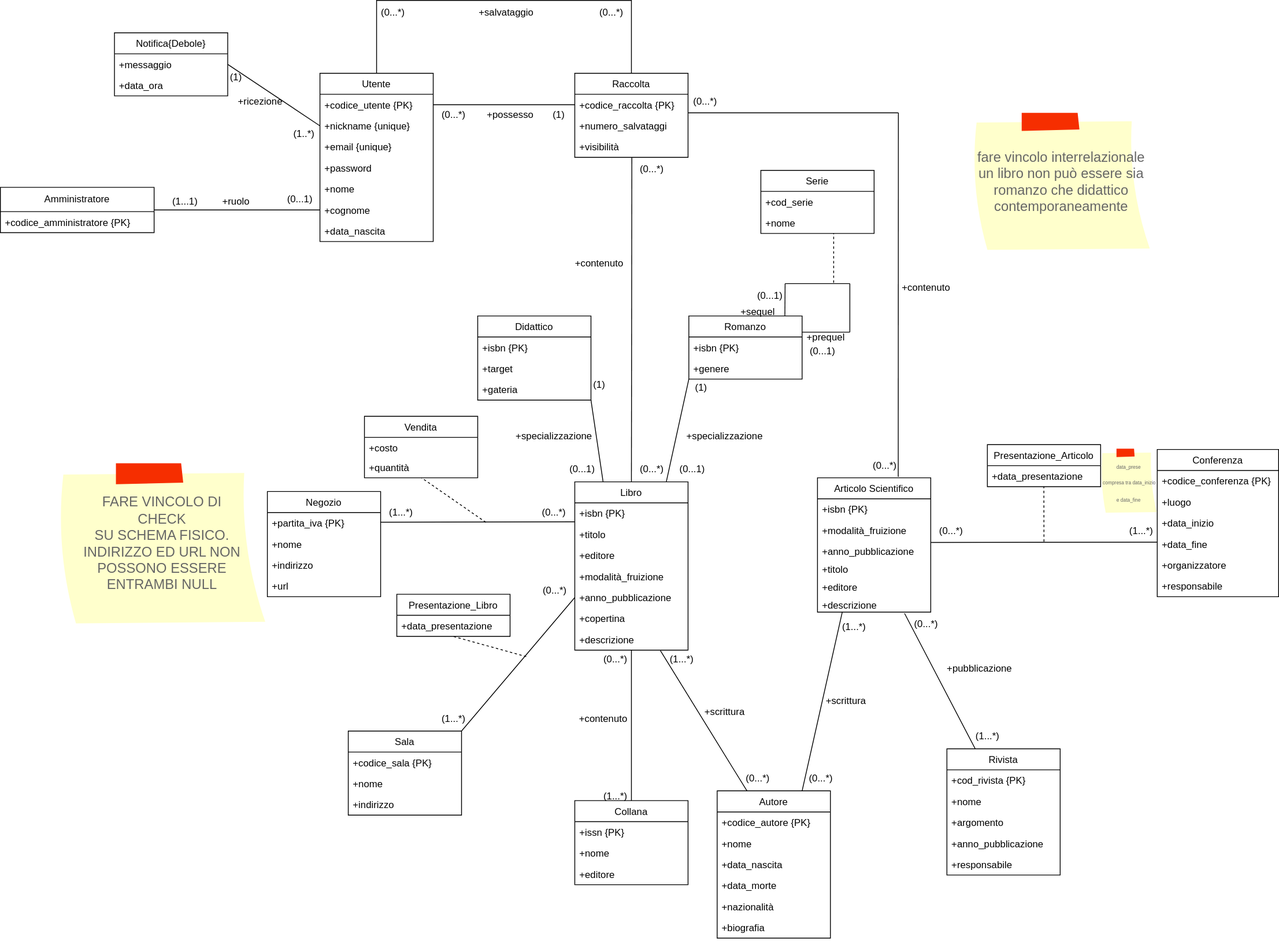
m3tt0/Progetto_OB_BASI keeps this draw.io diagram as progettazione_concettuale/Modello_Concettuale_Ristrutturato.drawio.svg. Above is the earlier version. Source tidied: cells renumbered, new cells last; positions are measured from the earlier drawing's top-left corner, leaving out a move shared by most shapes.
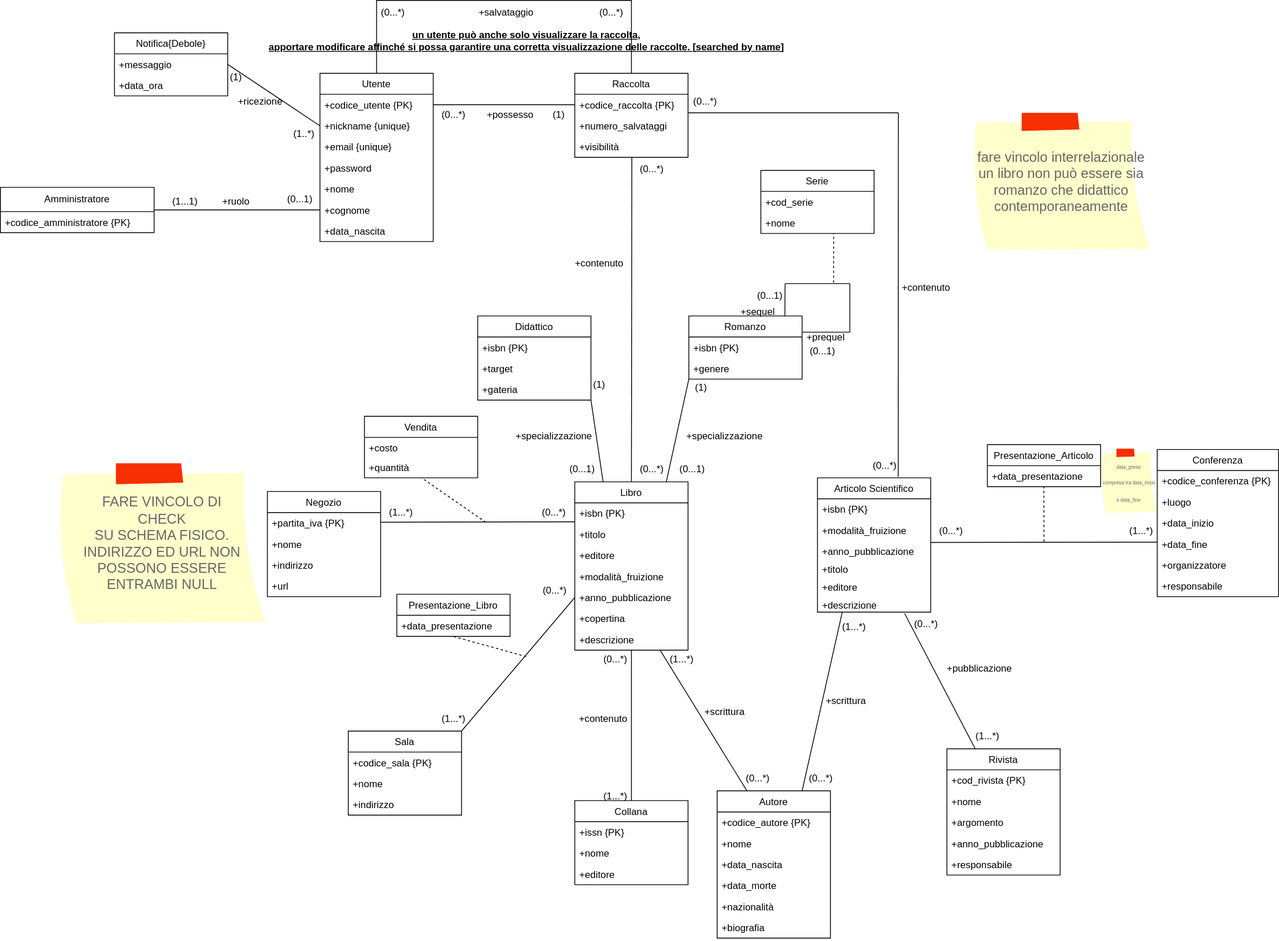
After the change.

The edit, as a diff of the source:
```diff
@@ -504,5 +504,8 @@
     <mxCell id="158" value="+contenuto" style="text;html=1;align=center;verticalAlign=middle;strokeColor=none;fillColor=none;rotation=0;" parent="1" vertex="1">
       <mxGeometry x="1104" y="340" width="80" height="30" as="geometry" />
     </mxCell>
+    <mxCell id="159" value="&lt;b&gt;&lt;u&gt;un utente può anche solo visualizzare la raccolta,&lt;br&gt;apportare modificare affinché si possa garantire una corretta visualizzazione delle raccolte. [searched by name]&lt;/u&gt;&lt;/b&gt;" style="text;html=1;align=center;verticalAlign=middle;strokeColor=none;fillColor=none;" parent="1" vertex="1">
+      <mxGeometry x="320" y="30" width="660" height="40" as="geometry" />
+    </mxCell>
   </root>
 </mxGraphModel>
```
